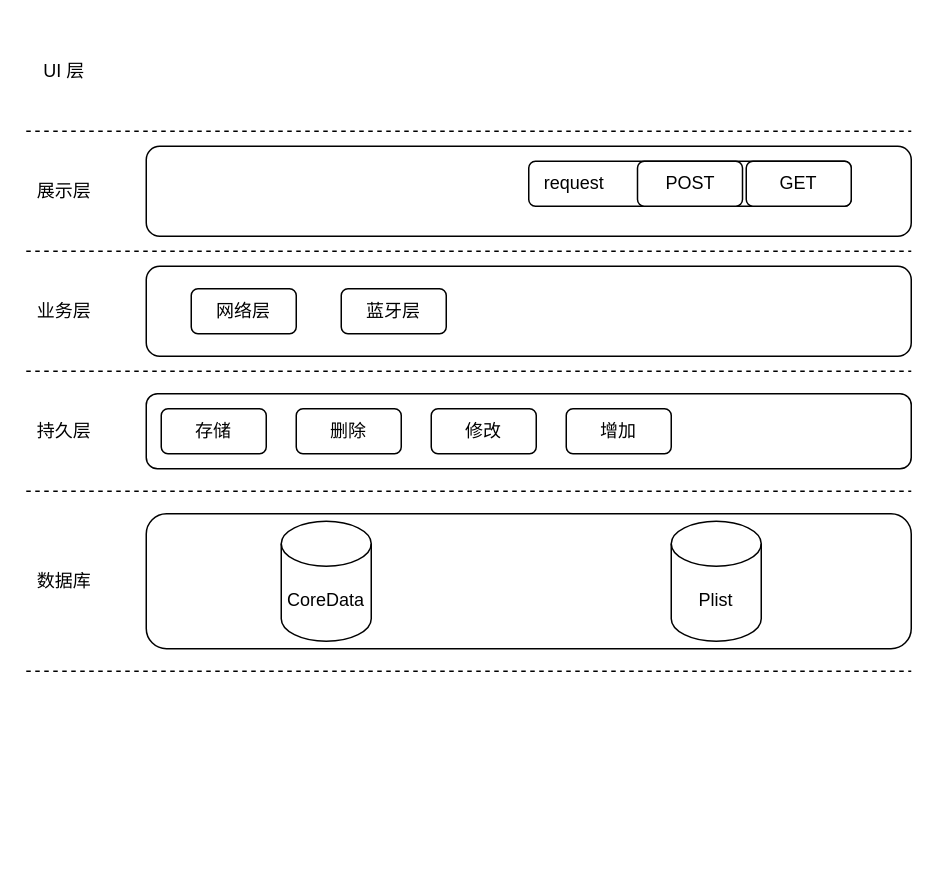
Above: Untitled Diagram.drawio in corccc/Drawio (draw.io), before the change. Source tidied: cells renumbered, new cells numbered last; positions are measured from the earlier drawing's top-left corner, leaving out a move shared by most shapes. Both pictures are drawn from the tidied source at 150%, with x=0, y=0 at pixel (26, 56).
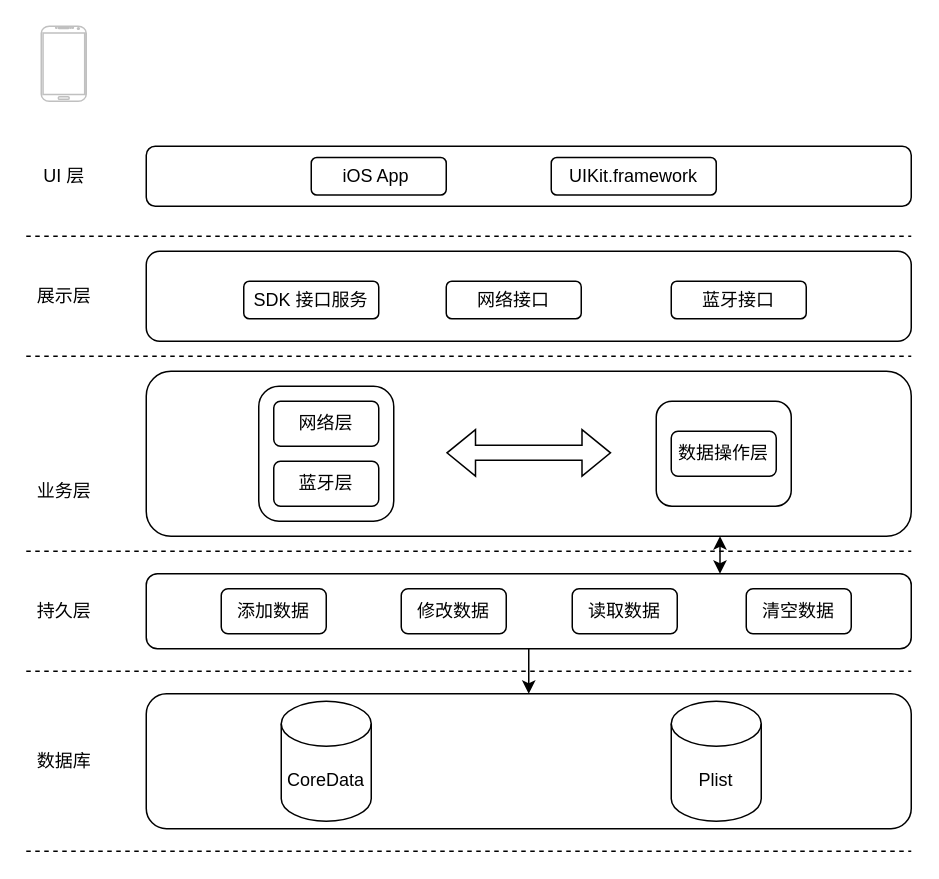
The same page after the edit.

Diff of the diagram source:
```diff
@@
+    <mxCell id="16" style="rounded=1;whiteSpace=wrap;html=1;" parent="1" vertex="1">
+      <mxGeometry x="80" y="210" width="510" height="110" as="geometry" />
+    </mxCell>
+    <mxCell id="28" style="rounded=1;whiteSpace=wrap;html=1;" parent="1" vertex="1">
+      <mxGeometry x="155" y="220" width="90" height="90" as="geometry" />
+    </mxCell>
     <mxCell id="2" style="rounded=1;whiteSpace=wrap;html=1;" parent="1" vertex="1">
-      <mxGeometry x="80" y="305" width="510" height="90" as="geometry" />
+      <mxGeometry x="80" y="425" width="510" height="90" as="geometry" />
     </mxCell>
     <mxCell id="3" style="endArrow=none;dashed=1;html=1;rounded=0;" parent="1" edge="1">
       <mxGeometry relative="1" as="geometry">
-        <mxPoint y="130" as="sourcePoint" />
-        <mxPoint x="590" y="130" as="targetPoint" />
+        <mxPoint y="200" as="sourcePoint" />
+        <mxPoint x="590" y="200" as="targetPoint" />
       </mxGeometry>
     </mxCell>
     <mxCell id="4" value="展示层" style="text;html=1;align=center;verticalAlign=middle;strokeColor=none;fillColor=none;" parent="1" vertex="1">
-      <mxGeometry y="80" width="50" height="20" as="geometry" />
+      <mxGeometry y="150" width="50" height="20" as="geometry" />
     </mxCell>
     <mxCell id="5" value="业务层&lt;br&gt;" style="text;html=1;align=center;verticalAlign=middle;strokeColor=none;fillColor=none;" parent="1" vertex="1">
-      <mxGeometry y="160" width="50" height="20" as="geometry" />
+      <mxGeometry y="280" width="50" height="20" as="geometry" />
     </mxCell>
     <mxCell id="6" style="endArrow=none;dashed=1;html=1;rounded=0;" parent="1" edge="1">
       <mxGeometry relative="1" as="geometry">
-        <mxPoint y="210" as="sourcePoint" />
-        <mxPoint x="590" y="210" as="targetPoint" />
+        <mxPoint y="330" as="sourcePoint" />
+        <mxPoint x="590" y="330" as="targetPoint" />
       </mxGeometry>
     </mxCell>
     <mxCell id="7" value="持久层" style="text;html=1;align=center;verticalAlign=middle;strokeColor=none;fillColor=none;" parent="1" vertex="1">
-      <mxGeometry y="240" width="50" height="20" as="geometry" />
+      <mxGeometry y="360" width="50" height="20" as="geometry" />
     </mxCell>
     <mxCell id="8" style="endArrow=none;dashed=1;html=1;rounded=0;" parent="1" edge="1">
       <mxGeometry relative="1" as="geometry">
-        <mxPoint y="290" as="sourcePoint" />
-        <mxPoint x="590" y="290" as="targetPoint" />
+        <mxPoint y="410" as="sourcePoint" />
+        <mxPoint x="590" y="410" as="targetPoint" />
       </mxGeometry>
     </mxCell>
     <mxCell id="9" value="数据库" style="text;html=1;align=center;verticalAlign=middle;strokeColor=none;fillColor=none;" parent="1" vertex="1">
-      <mxGeometry y="340" width="50" height="20" as="geometry" />
+      <mxGeometry y="460" width="50" height="20" as="geometry" />
     </mxCell>
     <mxCell id="10" style="endArrow=none;dashed=1;html=1;rounded=0;" parent="1" edge="1">
       <mxGeometry relative="1" as="geometry">
-        <mxPoint y="410" as="sourcePoint" />
-        <mxPoint x="590" y="410" as="targetPoint" />
+        <mxPoint y="530" as="sourcePoint" />
+        <mxPoint x="590" y="530" as="targetPoint" />
       </mxGeometry>
     </mxCell>
     <mxCell id="11" value="CoreData" style="shape=cylinder3;whiteSpace=wrap;html=1;boundedLbl=1;backgroundOutline=1;size=15;" parent="1" vertex="1">
-      <mxGeometry x="170" y="310" width="60" height="80" as="geometry" />
+      <mxGeometry x="170" y="430" width="60" height="80" as="geometry" />
     </mxCell>
     <mxCell id="12" value="Plist" style="shape=cylinder3;whiteSpace=wrap;html=1;boundedLbl=1;backgroundOutline=1;size=15;" parent="1" vertex="1">
-      <mxGeometry x="430" y="310" width="60" height="80" as="geometry" />
+      <mxGeometry x="430" y="430" width="60" height="80" as="geometry" />
     </mxCell>
     <mxCell id="13" style="endArrow=none;dashed=1;html=1;rounded=0;" parent="1" edge="1">
       <mxGeometry relative="1" as="geometry">
-        <mxPoint y="50" as="sourcePoint" />
-        <mxPoint x="590" y="50" as="targetPoint" />
+        <mxPoint y="120" as="sourcePoint" />
+        <mxPoint x="590" y="120" as="targetPoint" />
       </mxGeometry>
     </mxCell>
     <mxCell id="14" value="UI 层" style="text;html=1;align=center;verticalAlign=middle;strokeColor=none;fillColor=none;" parent="1" vertex="1">
-      <mxGeometry x="5" width="40" height="20" as="geometry" />
+      <mxGeometry x="5" y="70" width="40" height="20" as="geometry" />
     </mxCell>
+    <mxCell id="29" style="edgeStyle=orthogonalEdgeStyle;rounded=0;jettySize=auto;html=1;exitX=0.5;exitY=1;exitDx=0;exitDy=0;entryX=0.5;entryY=0;entryDx=0;entryDy=0;" parent="1" edge="1" source="15" target="2">
+      <mxGeometry relative="1" as="geometry" />
+    </mxCell>
     <mxCell id="15" style="rounded=1;whiteSpace=wrap;html=1;" parent="1" vertex="1">
-      <mxGeometry x="80" y="225" width="510" height="50" as="geometry" />
+      <mxGeometry x="80" y="345" width="510" height="50" as="geometry" />
     </mxCell>
-    <mxCell id="16" style="rounded=1;whiteSpace=wrap;html=1;" parent="1" vertex="1">
-      <mxGeometry x="80" y="140" width="510" height="60" as="geometry" />
-    </mxCell>
     <mxCell id="17" style="rounded=1;whiteSpace=wrap;html=1;" parent="1" vertex="1">
-      <mxGeometry x="80" y="60" width="510" height="60" as="geometry" />
+      <mxGeometry x="80" y="130" width="510" height="60" as="geometry" />
     </mxCell>
     <mxCell id="18" value="网络层" style="rounded=1;whiteSpace=wrap;html=1;" parent="1" vertex="1">
-      <mxGeometry x="110" y="155" width="70" height="30" as="geometry" />
+      <mxGeometry x="165" y="230" width="70" height="30" as="geometry" />
     </mxCell>
-    <mxCell id="19" value="删除" style="rounded=1;whiteSpace=wrap;html=1;" parent="1" vertex="1">
-      <mxGeometry x="180" y="235" width="70" height="30" as="geometry" />
-    </mxCell>
-    <mxCell id="20" value="修改" style="rounded=1;whiteSpace=wrap;html=1;" parent="1" vertex="1">
-      <mxGeometry x="270" y="235" width="70" height="30" as="geometry" />
+    <mxCell id="20" value="修改数据" style="rounded=1;whiteSpace=wrap;html=1;" parent="1" vertex="1">
+      <mxGeometry x="250" y="355" width="70" height="30" as="geometry" />
     </mxCell>
-    <mxCell id="21" value="增加" style="rounded=1;whiteSpace=wrap;html=1;" parent="1" vertex="1">
-      <mxGeometry x="360" y="235" width="70" height="30" as="geometry" />
+    <mxCell id="21" value="读取数据" style="rounded=1;whiteSpace=wrap;html=1;" parent="1" vertex="1">
+      <mxGeometry x="364" y="355" width="70" height="30" as="geometry" />
     </mxCell>
-    <mxCell id="22" value="存储" style="rounded=1;whiteSpace=wrap;html=1;" parent="1" vertex="1">
-      <mxGeometry x="90" y="235" width="70" height="30" as="geometry" />
+    <mxCell id="22" value="添加数据" style="rounded=1;whiteSpace=wrap;html=1;" parent="1" vertex="1">
+      <mxGeometry x="130" y="355" width="70" height="30" as="geometry" />
     </mxCell>
     <mxCell id="23" value="蓝牙层" style="rounded=1;whiteSpace=wrap;html=1;" parent="1" vertex="1">
-      <mxGeometry x="210" y="155" width="70" height="30" as="geometry" />
+      <mxGeometry x="165" y="270" width="70" height="30" as="geometry" />
     </mxCell>
-    <mxCell id="24" style="rounded=1;whiteSpace=wrap;html=1;" parent="1" vertex="1">
-      <mxGeometry x="335" y="70" width="215" height="30" as="geometry" />
-    </mxCell>
-    <mxCell id="25" value="request" style="text;html=1;align=center;verticalAlign=middle;strokeColor=none;fillColor=none;" parent="1" vertex="1">
-      <mxGeometry x="335" y="75" width="60" height="20" as="geometry" />
-    </mxCell>
-    <mxCell id="26" value="POST" style="rounded=1;whiteSpace=wrap;html=1;" parent="1" vertex="1">
-      <mxGeometry x="407.5" y="70" width="70" height="30" as="geometry" />
-    </mxCell>
-    <mxCell id="27" value="GET" style="rounded=1;whiteSpace=wrap;html=1;" parent="1" vertex="1">
-      <mxGeometry x="480" y="70" width="70" height="30" as="geometry" />
-    </mxCell>
+    <mxCell id="30" style="verticalLabelPosition=bottom;verticalAlign=top;html=1;shadow=0;dashed=0;strokeWidth=1;shape=mxgraph.android.phone2;strokeColor=#c0c0c0;" parent="1" vertex="1">
+      <mxGeometry x="10" y="-20" width="30" height="50" as="geometry" />
+    </mxCell>
+    <mxCell id="31" style="rounded=1;whiteSpace=wrap;html=1;" parent="1" vertex="1">
+      <mxGeometry x="80" y="60" width="510" height="40" as="geometry" />
+    </mxCell>
+    <mxCell id="32" value="iOS App&amp;nbsp;" style="rounded=1;whiteSpace=wrap;html=1;" parent="1" vertex="1">
+      <mxGeometry x="190" y="67.5" width="90" height="25" as="geometry" />
+    </mxCell>
+    <mxCell id="33" value="UIKit.framework" style="rounded=1;whiteSpace=wrap;html=1;" parent="1" vertex="1">
+      <mxGeometry x="350" y="67.5" width="110" height="25" as="geometry" />
+    </mxCell>
+    <mxCell id="34" value="清空数据" style="rounded=1;whiteSpace=wrap;html=1;" parent="1" vertex="1">
+      <mxGeometry x="480" y="355" width="70" height="30" as="geometry" />
+    </mxCell>
+    <mxCell id="35" style="endArrow=classic;startArrow=classic;html=1;rounded=0;entryX=0.75;entryY=1;entryDx=0;entryDy=0;exitX=0.75;exitY=0;exitDx=0;exitDy=0;" parent="1" edge="1" source="15" target="16">
+      <mxGeometry relative="1" as="geometry" />
+    </mxCell>
+    <mxCell id="36" style="shape=flexArrow;endArrow=classic;startArrow=classic;html=1;rounded=0;" parent="1" edge="1">
+      <mxGeometry relative="1" as="geometry">
+        <mxPoint x="280" y="264.4" as="sourcePoint" />
+        <mxPoint x="390" y="264.4" as="targetPoint" />
+      </mxGeometry>
+    </mxCell>
+    <mxCell id="37" style="rounded=1;whiteSpace=wrap;html=1;" parent="1" vertex="1">
+      <mxGeometry x="420" y="230" width="90" height="70" as="geometry" />
+    </mxCell>
+    <mxCell id="38" value="数据操作层" style="rounded=1;whiteSpace=wrap;html=1;" parent="1" vertex="1">
+      <mxGeometry x="430" y="250" width="70" height="30" as="geometry" />
+    </mxCell>
+    <mxCell id="39" value="SDK 接口服务" style="rounded=1;whiteSpace=wrap;html=1;" parent="1" vertex="1">
+      <mxGeometry x="145" y="150" width="90" height="25" as="geometry" />
+    </mxCell>
+    <mxCell id="40" value="网络接口" style="rounded=1;whiteSpace=wrap;html=1;" parent="1" vertex="1">
+      <mxGeometry x="280" y="150" width="90" height="25" as="geometry" />
+    </mxCell>
+    <mxCell id="41" value="蓝牙接口" style="rounded=1;whiteSpace=wrap;html=1;" parent="1" vertex="1">
+      <mxGeometry x="430" y="150" width="90" height="25" as="geometry" />
+    </mxCell>
```
